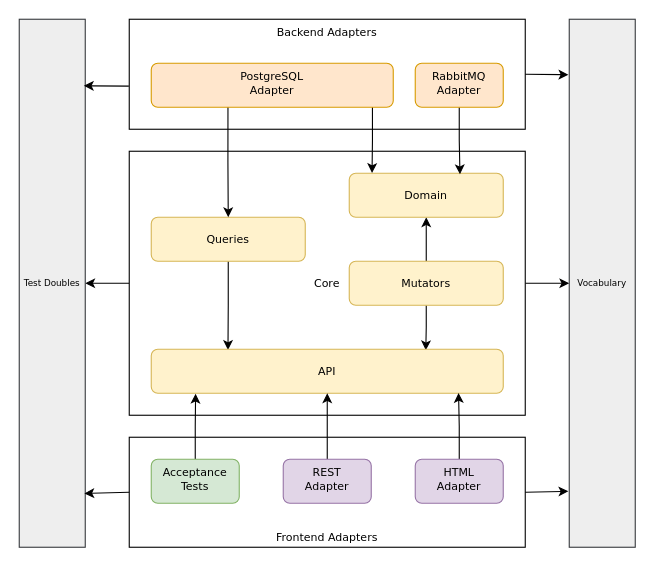
The draw.io diagram architecture.drawio in braek/onion, before the edit. Source tidied: cells renumbered, new cells numbered last; positions are measured from the earlier drawing's top-left corner, leaving out a move shared by most shapes. Both pictures are drawn from the tidied source at 110%, with x=0, y=0 at pixel (19, 19).
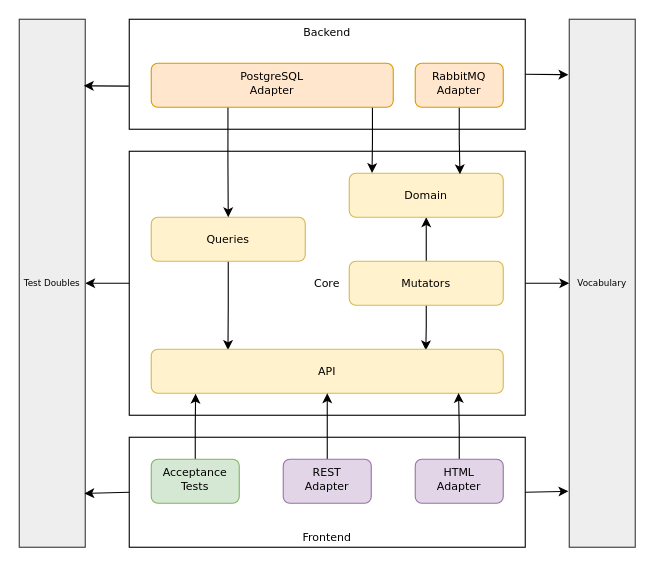
The same diagram, later.

The edit, as a diff of the source:
```diff
@@
-    <mxCell id="2" value="Frontend Adapters" style="rounded=0;whiteSpace=wrap;html=1;shadow=0;glass=0;sketch=0;fontFamily=Verdana;fontSize=10;align=center;verticalAlign=bottom;" parent="1" vertex="1">
+    <mxCell id="2" value="Frontend" style="rounded=0;whiteSpace=wrap;html=1;shadow=0;glass=0;sketch=0;fontFamily=Verdana;fontSize=10;align=center;verticalAlign=bottom;" parent="1" vertex="1">
       <mxGeometry x="100" y="380" width="360" height="100" as="geometry" />
     </mxCell>
@@
-    <mxCell id="19" value="Backend Adapters" style="rounded=0;whiteSpace=wrap;html=1;shadow=0;glass=0;sketch=0;fontFamily=Verdana;fontSize=10;gradientColor=none;align=center;verticalAlign=top;" parent="1" vertex="1">
+    <mxCell id="19" value="Backend" style="rounded=0;whiteSpace=wrap;html=1;shadow=0;glass=0;sketch=0;fontFamily=Verdana;fontSize=10;gradientColor=none;align=center;verticalAlign=top;" parent="1" vertex="1">
       <mxGeometry x="100" width="360" height="100" as="geometry" />
     </mxCell>
```
